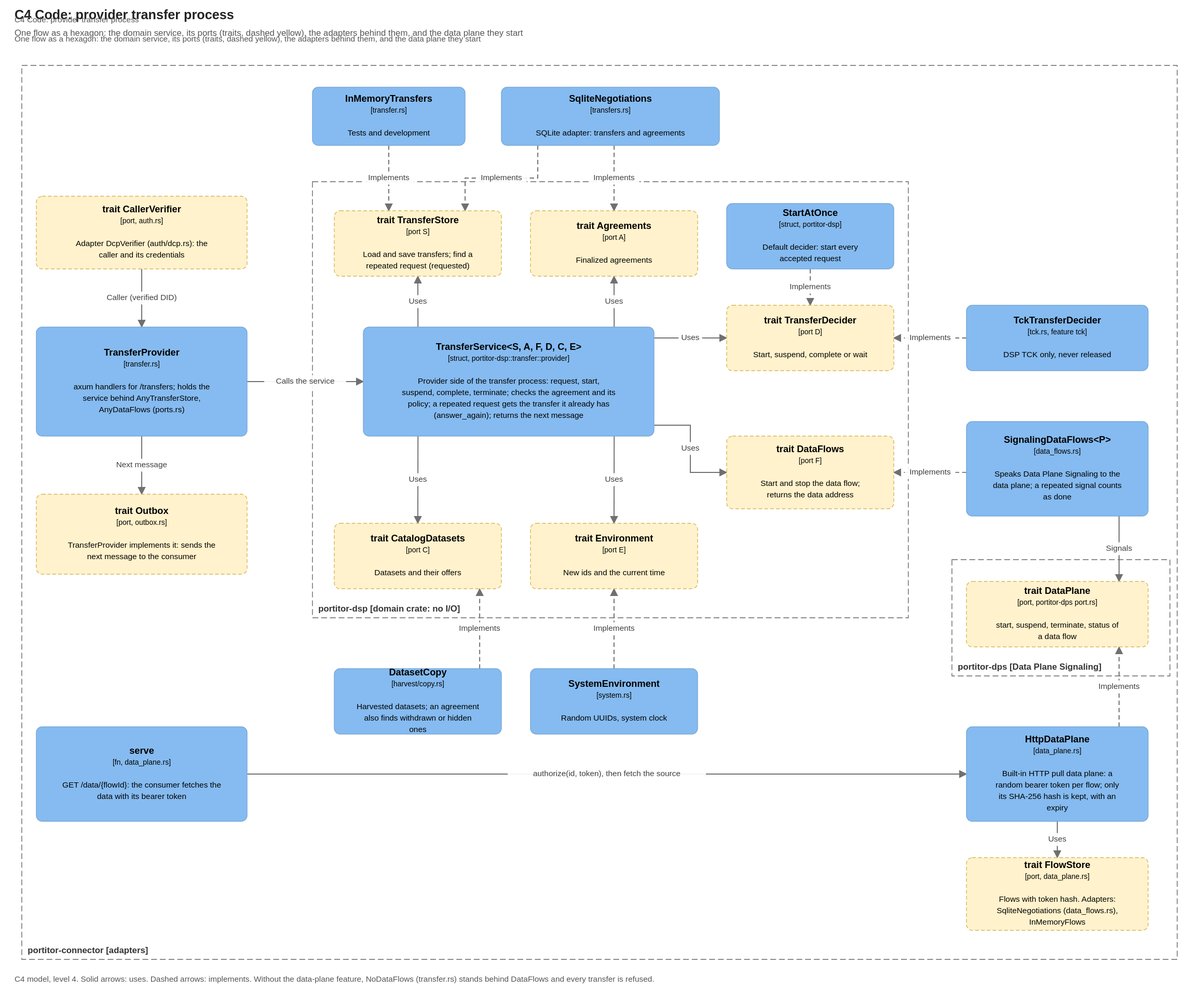
brunopacheco1/portitor keeps this draw.io diagram as docs/diagrams/c4-transfer-code.drawio.svg. Above is the earlier version. Source tidied: cells renumbered, new cells last; positions are measured from the earlier drawing's top-left corner, leaving out a move shared by most shapes.
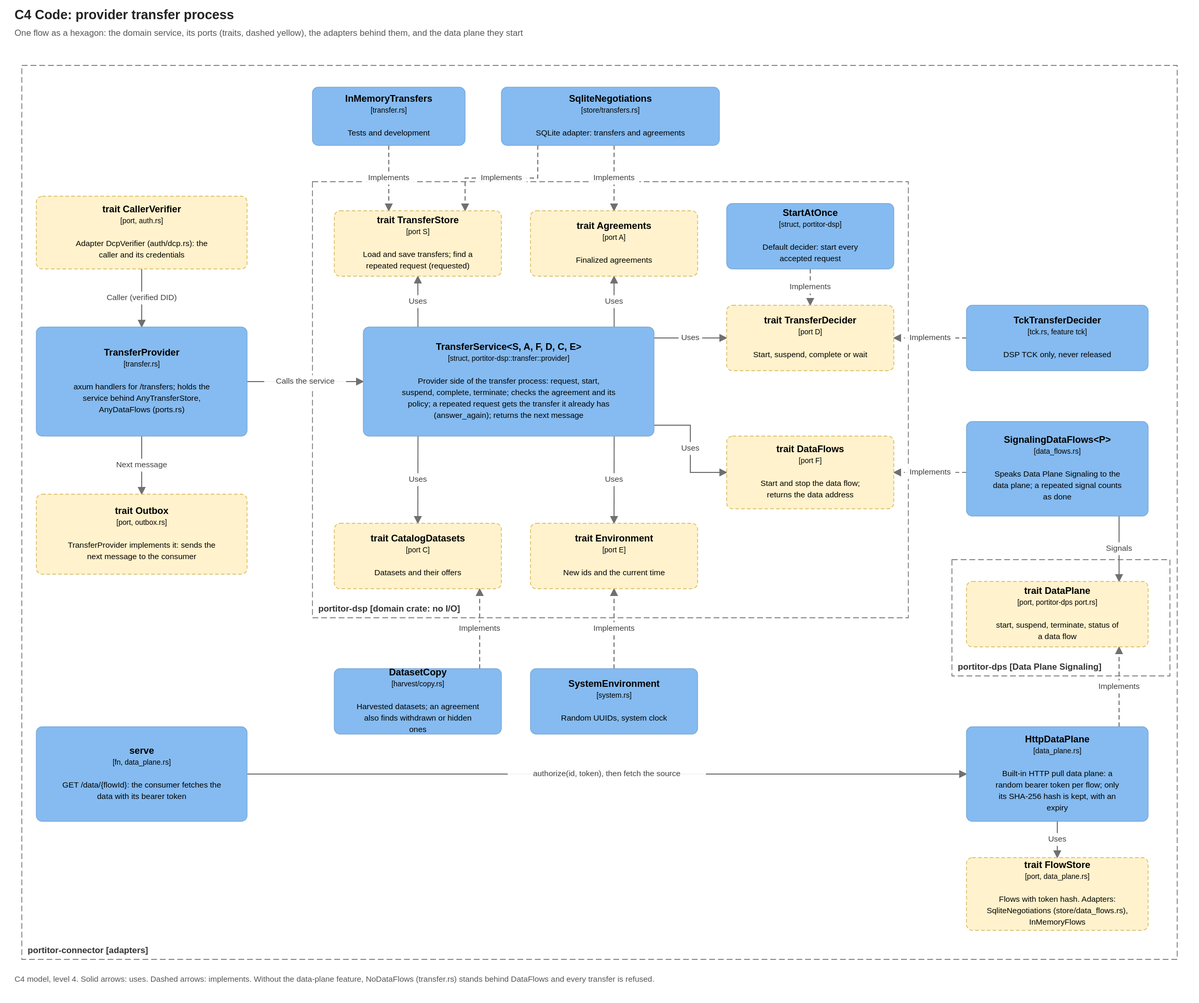
The same file after the commit.

Commit message:
Docs: say which API the operator calls and which the connectors call

- ARCHITECTURE: the management call and the DSP message it sends, side
  by side, with the steps of the dynamic diagram
- c4-transfer-code: the SQLite adapters are in store/transfers.rs and
  store/data_flows.rs; the title drawn twice is gone

Claude-Session: https://claude.ai/code/session_01Xc1UKvw2Fw855pzpWbbhqZ

Change to the diagram source:
```diff
@@ -2,12 +2,6 @@
   <root>
     <mxCell id="0" />
     <mxCell id="1" parent="0" />
-    <mxCell id="2" value="C4 Code: provider transfer process" style="text;html=1;align=left;verticalAlign=top;fontSize=11;fontColor=#555555;whiteSpace=wrap;" parent="1" vertex="1">
-      <mxGeometry width="1610" height="24" as="geometry" />
-    </mxCell>
-    <mxCell id="3" value="One flow as a hexagon: the domain service, its ports (traits, dashed yellow), the adapters behind them, and the data plane they start" style="text;html=1;align=left;verticalAlign=top;fontSize=11;fontColor=#555555;whiteSpace=wrap;" parent="1" vertex="1">
-      <mxGeometry y="26" width="1610" height="20" as="geometry" />
-    </mxCell>
     <mxCell id="4" value="portitor-dsp  [domain crate: no I/O]" style="rounded=0;whiteSpace=wrap;html=1;fillColor=none;dashed=1;dashPattern=8 4;strokeColor=#666666;fontColor=#333333;align=left;verticalAlign=bottom;spacingLeft=8;spacingBottom=4;fontSize=12;fontStyle=1;" parent="1" vertex="1">
       <mxGeometry x="410" y="240" width="820" height="600" as="geometry" />
     </mxCell>
@@ -44,7 +38,7 @@
     <mxCell id="15" value="&lt;b&gt;InMemoryTransfers&lt;/b&gt;&lt;br&gt;&lt;font style=&quot;font-size:10px&quot;&gt;[transfer.rs]&lt;/font&gt;&lt;br&gt;&lt;br&gt;&lt;font style=&quot;font-size:11px&quot;&gt;Tests and development&lt;/font&gt;" style="rounded=1;arcSize=8;whiteSpace=wrap;html=1;fillColor=#85BBF0;strokeColor=#78A8D8;fontColor=#000000;fontSize=13;align=center;verticalAlign=middle;c4Kind=component;c4Name=InMemoryTransfers;" parent="1" vertex="1">
       <mxGeometry x="410" y="110" width="210" height="80" as="geometry" />
     </mxCell>
-    <mxCell id="16" value="&lt;b&gt;SqliteNegotiations&lt;/b&gt;&lt;br&gt;&lt;font style=&quot;font-size:10px&quot;&gt;[transfers.rs]&lt;/font&gt;&lt;br&gt;&lt;br&gt;&lt;font style=&quot;font-size:11px&quot;&gt;SQLite adapter: transfers and agreements&lt;/font&gt;" style="rounded=1;arcSize=8;whiteSpace=wrap;html=1;fillColor=#85BBF0;strokeColor=#78A8D8;fontColor=#000000;fontSize=13;align=center;verticalAlign=middle;c4Kind=component;c4Name=SqliteNegotiations;" parent="1" vertex="1">
+    <mxCell id="16" value="&lt;b&gt;SqliteNegotiations&lt;/b&gt;&lt;br&gt;&lt;font style=&quot;font-size:10px&quot;&gt;[store/transfers.rs]&lt;/font&gt;&lt;br&gt;&lt;br&gt;&lt;font style=&quot;font-size:11px&quot;&gt;SQLite adapter: transfers and agreements&lt;/font&gt;" style="rounded=1;arcSize=8;whiteSpace=wrap;html=1;fillColor=#85BBF0;strokeColor=#78A8D8;fontColor=#000000;fontSize=13;align=center;verticalAlign=middle;c4Kind=component;c4Name=SqliteNegotiations;" parent="1" vertex="1">
       <mxGeometry x="670" y="110" width="300" height="80" as="geometry" />
     </mxCell>
     <mxCell id="17" value="&lt;b&gt;DatasetCopy&lt;/b&gt;&lt;br&gt;&lt;font style=&quot;font-size:10px&quot;&gt;[harvest/copy.rs]&lt;/font&gt;&lt;br&gt;&lt;br&gt;&lt;font style=&quot;font-size:11px&quot;&gt;Harvested datasets; an agreement also finds withdrawn or hidden ones&lt;/font&gt;" style="rounded=1;arcSize=8;whiteSpace=wrap;html=1;fillColor=#85BBF0;strokeColor=#78A8D8;fontColor=#000000;fontSize=13;align=center;verticalAlign=middle;c4Kind=component;c4Name=DatasetCopy;" parent="1" vertex="1">
@@ -65,7 +59,7 @@
     <mxCell id="22" value="&lt;b&gt;HttpDataPlane&lt;/b&gt;&lt;br&gt;&lt;font style=&quot;font-size:10px&quot;&gt;[data_plane.rs]&lt;/font&gt;&lt;br&gt;&lt;br&gt;&lt;font style=&quot;font-size:11px&quot;&gt;Built-in HTTP pull data plane: a random bearer token per flow; only its SHA-256 hash is kept, with an expiry&lt;/font&gt;" style="rounded=1;arcSize=8;whiteSpace=wrap;html=1;fillColor=#85BBF0;strokeColor=#78A8D8;fontColor=#000000;fontSize=13;align=center;verticalAlign=middle;c4Kind=component;c4Name=HttpDataPlane;" parent="1" vertex="1">
       <mxGeometry x="1310" y="990" width="250" height="130" as="geometry" />
     </mxCell>
-    <mxCell id="23" value="&lt;b&gt;trait FlowStore&lt;/b&gt;&lt;br&gt;&lt;font style=&quot;font-size:10px&quot;&gt;[port, data_plane.rs]&lt;/font&gt;&lt;br&gt;&lt;br&gt;&lt;font style=&quot;font-size:11px&quot;&gt;Flows with token hash. Adapters: SqliteNegotiations (data_flows.rs), InMemoryFlows&lt;/font&gt;" style="rounded=1;arcSize=8;dashed=1;whiteSpace=wrap;html=1;fillColor=#FFF2CC;strokeColor=#D6B656;fontColor=#000000;fontSize=13;align=center;verticalAlign=middle;c4Kind=port;c4Name=trait FlowStore;" parent="1" vertex="1">
+    <mxCell id="23" value="&lt;b&gt;trait FlowStore&lt;/b&gt;&lt;br&gt;&lt;font style=&quot;font-size:10px&quot;&gt;[port, data_plane.rs]&lt;/font&gt;&lt;br&gt;&lt;br&gt;&lt;font style=&quot;font-size:11px&quot;&gt;Flows with token hash. Adapters: SqliteNegotiations (store/data_flows.rs), InMemoryFlows&lt;/font&gt;" style="rounded=1;arcSize=8;dashed=1;whiteSpace=wrap;html=1;fillColor=#FFF2CC;strokeColor=#D6B656;fontColor=#000000;fontSize=13;align=center;verticalAlign=middle;c4Kind=port;c4Name=trait FlowStore;" parent="1" vertex="1">
       <mxGeometry x="1310" y="1170" width="250" height="100" as="geometry" />
     </mxCell>
     <mxCell id="24" value="&lt;b&gt;TransferProvider&lt;/b&gt;&lt;br&gt;&lt;font style=&quot;font-size:10px&quot;&gt;[transfer.rs]&lt;/font&gt;&lt;br&gt;&lt;br&gt;&lt;font style=&quot;font-size:11px&quot;&gt;axum handlers for /transfers; holds the service behind AnyTransferStore, AnyDataFlows (ports.rs)&lt;/font&gt;" style="rounded=1;arcSize=8;whiteSpace=wrap;html=1;fillColor=#85BBF0;strokeColor=#78A8D8;fontColor=#000000;fontSize=13;align=center;verticalAlign=middle;c4Kind=component;c4Name=TransferProvider;" parent="1" vertex="1">
@@ -153,8 +147,8 @@
     <mxCell id="48" value="Implements" style="endArrow=blockThin;endFill=1;html=1;rounded=0;strokeColor=#707070;fontSize=11;fontColor=#404040;labelBackgroundColor=#FFFFFF;dashed=1;exitX=0.840;exitY=0.000;exitPerimeter=0;entryX=0.840;entryY=1.000;entryPerimeter=0;" parent="1" edge="1" source="22" target="21">
       <mxGeometry relative="1" as="geometry" />
     </mxCell>
-    <mxCell id="49" value="C4 model, level 4. Solid arrows: uses. Dashed arrows: implements. Without the data-plane feature, NoDataFlows (transfer.rs) stands behind DataFlows and every transfer is refused." style="text;html=1;align=left;verticalAlign=top;fontSize=11;fontColor=#555555;whiteSpace=wrap;" parent="1" vertex="1">
-      <mxGeometry y="1320" width="1610" height="40" as="geometry" />
-    </mxCell>
+    <mxCell id="2" value="C4 model, level 4. Solid arrows: uses. Dashed arrows: implements. Without the data-plane feature, NoDataFlows (transfer.rs) stands behind DataFlows and every transfer is refused." style="text;html=1;align=left;verticalAlign=top;fontSize=11;fontColor=#555555;whiteSpace=wrap;" parent="1" vertex="1">
+      <mxGeometry y="1320" width="1610" height="40" as="geometry" />
+    </mxCell>
   </root>
 </mxGraphModel>
```
